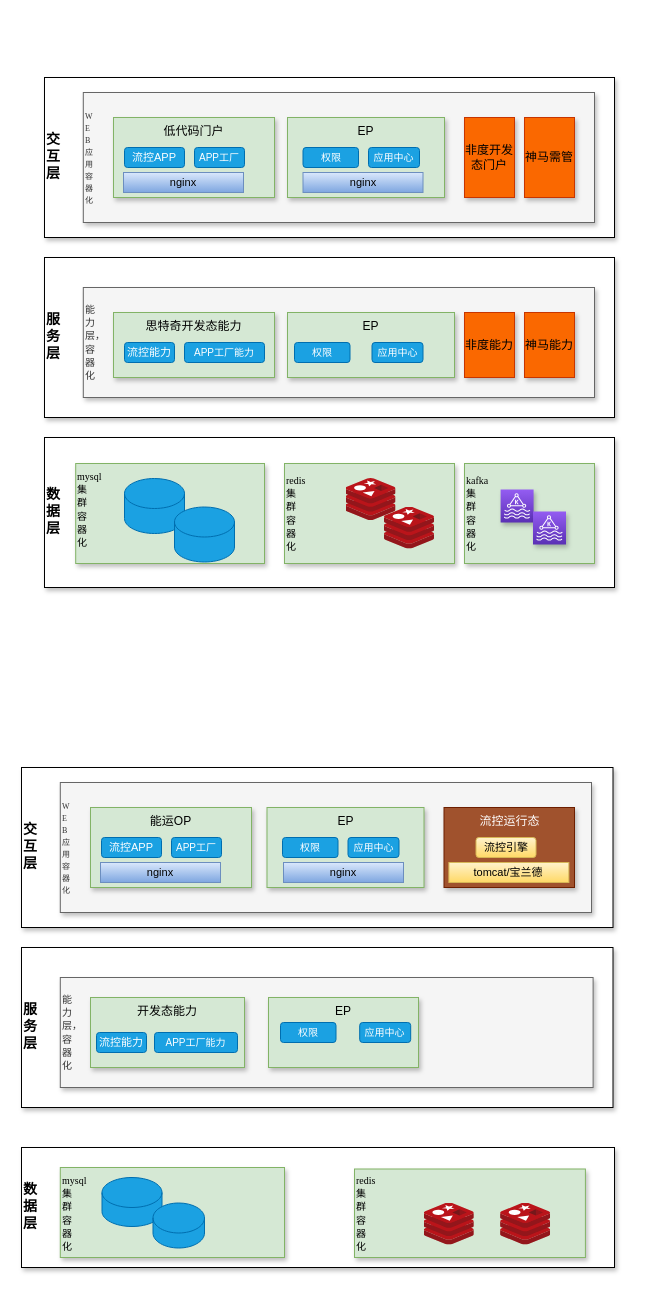
Above: page "部署架构-12月底" (3 of 7) of 流控.drawio in qymmdj/draw-io (draw.io), before the change. Source tidied: cells renumbered, new cells numbered last; positions are measured from the earlier drawing's top-left corner, leaving out a move shared by most shapes. Both pictures are drawn from the tidied source at 100%, with x=0, y=0 at pixel (21, 77).
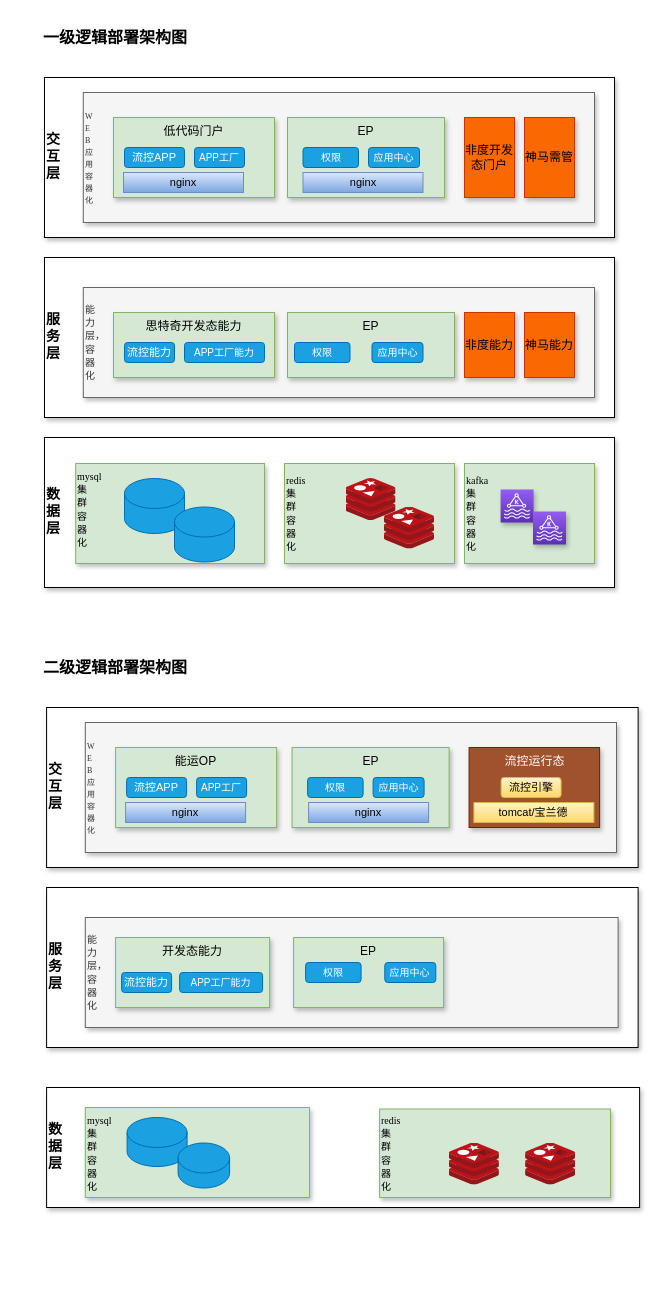
The same page after the edit.

Change to the diagram source:
```diff
@@
     <mxCell id="32" value="数&lt;br style=&quot;font-size: 14px;&quot;&gt;据&lt;br style=&quot;font-size: 14px;&quot;&gt;层" style="rounded=0;whiteSpace=wrap;html=1;labelBackgroundColor=default;labelBorderColor=none;fontFamily=Times New Roman;fontSize=14;align=left;fontStyle=1;shadow=1;" parent="1" vertex="1">
-      <mxGeometry y="1070" width="593" height="120" as="geometry" />
+      <mxGeometry x="25.1" y="1010" width="593" height="120" as="geometry" />
     </mxCell>
     <mxCell id="33" value="服&lt;br style=&quot;font-size: 14px;&quot;&gt;务&lt;br style=&quot;font-size: 14px;&quot;&gt;层" style="rounded=0;whiteSpace=wrap;html=1;labelBackgroundColor=default;labelBorderColor=none;fontFamily=Times New Roman;fontSize=14;align=left;fontStyle=1;shadow=1;" parent="1" vertex="1">
-      <mxGeometry y="870" width="591.5" height="160" as="geometry" />
+      <mxGeometry x="25.1" y="810" width="591.5" height="160" as="geometry" />
     </mxCell>
     <mxCell id="34" value="&lt;font style=&quot;font-size: 14px&quot;&gt;&lt;b&gt;交&lt;br&gt;互&lt;br&gt;层&lt;/b&gt;&lt;/font&gt;" style="rounded=0;whiteSpace=wrap;html=1;labelBackgroundColor=default;labelBorderColor=none;fontFamily=Times New Roman;fontSize=10;align=left;shadow=1;" parent="1" vertex="1">
-      <mxGeometry y="690" width="591.5" height="160" as="geometry" />
+      <mxGeometry x="25.1" y="630" width="591.5" height="160" as="geometry" />
     </mxCell>
     <mxCell id="35" value="&lt;font style=&quot;font-size: 10px&quot; face=&quot;Times New Roman&quot;&gt;redis&lt;br&gt;集&lt;br&gt;群&lt;br&gt;容&lt;br&gt;器&lt;br&gt;化&lt;/font&gt;" style="rounded=0;whiteSpace=wrap;html=1;fontSize=11;align=left;horizontal=1;verticalAlign=middle;fillColor=#d5e8d4;strokeColor=#82b366;shadow=1;" parent="1" vertex="1">
-      <mxGeometry x="333" y="1091.5" width="230.9" height="88.5" as="geometry" />
+      <mxGeometry x="358.1" y="1031.5" width="230.9" height="88.5" as="geometry" />
     </mxCell>
     <mxCell id="36" value="&lt;font style=&quot;font-size: 10px&quot; face=&quot;Times New Roman&quot;&gt;mysql&lt;br&gt;集&lt;br&gt;群&lt;br&gt;容&lt;br&gt;器&lt;br&gt;化&lt;/font&gt;" style="rounded=0;whiteSpace=wrap;html=1;fontSize=11;align=left;horizontal=1;verticalAlign=top;fillColor=#d5e8d4;strokeColor=#82b366;shadow=1;" parent="1" vertex="1">
-      <mxGeometry x="38.8" y="1090" width="224.2" height="90" as="geometry" />
+      <mxGeometry x="63.8" y="1030" width="224.2" height="90" as="geometry" />
     </mxCell>
     <mxCell id="37" value="&lt;font face=&quot;times new roman&quot;&gt;&lt;span style=&quot;font-size: 8px&quot;&gt;W&lt;br&gt;E&lt;br&gt;B&lt;br&gt;应&lt;br&gt;用&lt;br&gt;容&lt;br&gt;器&lt;br&gt;化&lt;/span&gt;&lt;/font&gt;" style="rounded=0;whiteSpace=wrap;html=1;fontSize=10;align=left;horizontal=1;verticalAlign=middle;fillColor=#f5f5f5;fontColor=#333333;strokeColor=#666666;shadow=1;" parent="1" vertex="1">
-      <mxGeometry x="38.8" y="705" width="531.2" height="130" as="geometry" />
+      <mxGeometry x="63.8" y="645" width="531.2" height="130" as="geometry" />
     </mxCell>
     <mxCell id="38" value="EP" style="rounded=0;whiteSpace=wrap;html=1;verticalAlign=top;fillColor=#d5e8d4;strokeColor=#82b366;shadow=1;" parent="1" vertex="1">
-      <mxGeometry x="245.5" y="730" width="157" height="80" as="geometry" />
+      <mxGeometry x="270.6" y="670" width="157" height="80" as="geometry" />
     </mxCell>
     <mxCell id="39" value="能运OP" style="rounded=0;whiteSpace=wrap;html=1;verticalAlign=top;fillColor=#d5e8d4;strokeColor=#82b366;shadow=1;" parent="1" vertex="1">
-      <mxGeometry x="69" y="730" width="161" height="80" as="geometry" />
+      <mxGeometry x="94.1" y="670" width="161" height="80" as="geometry" />
     </mxCell>
     <mxCell id="40" value="&lt;font style=&quot;font-size: 11px&quot;&gt;流控APP&lt;/font&gt;" style="rounded=1;whiteSpace=wrap;html=1;fontSize=10;fillColor=#1ba1e2;strokeColor=#006EAF;fontColor=#ffffff;" parent="1" vertex="1">
-      <mxGeometry x="80" y="760" width="60" height="20" as="geometry" />
+      <mxGeometry x="105.1" y="700" width="60" height="20" as="geometry" />
     </mxCell>
     <mxCell id="41" value="APP工厂" style="rounded=1;whiteSpace=wrap;html=1;fontSize=10;fillColor=#1ba1e2;fontColor=#ffffff;strokeColor=#006EAF;" parent="1" vertex="1">
-      <mxGeometry x="150" y="760" width="50" height="20" as="geometry" />
+      <mxGeometry x="175.1" y="700" width="50" height="20" as="geometry" />
     </mxCell>
     <mxCell id="42" value="权限" style="rounded=1;whiteSpace=wrap;html=1;fontSize=10;fillColor=#1ba1e2;fontColor=#ffffff;strokeColor=#006EAF;" parent="1" vertex="1">
-      <mxGeometry x="261" y="760" width="55.5" height="20" as="geometry" />
+      <mxGeometry x="286.1" y="700" width="55.5" height="20" as="geometry" />
     </mxCell>
     <mxCell id="43" value="应用中心" style="rounded=1;whiteSpace=wrap;html=1;fontSize=10;fillColor=#1ba1e2;fontColor=#ffffff;strokeColor=#006EAF;" parent="1" vertex="1">
-      <mxGeometry x="326.5" y="760" width="51" height="20" as="geometry" />
+      <mxGeometry x="351.6" y="700" width="51" height="20" as="geometry" />
     </mxCell>
     <mxCell id="44" value="nginx" style="rounded=0;whiteSpace=wrap;html=1;fontSize=11;fillColor=#dae8fc;gradientColor=#7ea6e0;strokeColor=#6c8ebf;" parent="1" vertex="1">
-      <mxGeometry x="79" y="785" width="120" height="20" as="geometry" />
+      <mxGeometry x="104.1" y="725" width="120" height="20" as="geometry" />
     </mxCell>
     <mxCell id="45" value="nginx" style="rounded=0;whiteSpace=wrap;html=1;fontSize=11;fillColor=#dae8fc;gradientColor=#7ea6e0;strokeColor=#6c8ebf;" parent="1" vertex="1">
-      <mxGeometry x="262" y="785" width="120" height="20" as="geometry" />
+      <mxGeometry x="287.1" y="725" width="120" height="20" as="geometry" />
     </mxCell>
     <mxCell id="46" value="&lt;font style=&quot;font-size: 10px&quot; face=&quot;Times New Roman&quot;&gt;能&lt;br&gt;力&lt;br&gt;层，&lt;br&gt;容&lt;br&gt;器&lt;br&gt;化&lt;/font&gt;" style="rounded=0;whiteSpace=wrap;html=1;fontSize=11;align=left;horizontal=1;verticalAlign=middle;fillColor=#f5f5f5;fontColor=#333333;strokeColor=#666666;shadow=1;" parent="1" vertex="1">
-      <mxGeometry x="38.8" y="900" width="532.8" height="110" as="geometry" />
+      <mxGeometry x="63.8" y="840" width="532.8" height="110" as="geometry" />
     </mxCell>
     <mxCell id="47" value="EP" style="rounded=0;whiteSpace=wrap;html=1;verticalAlign=top;fillColor=#d5e8d4;strokeColor=#82b366;shadow=1;" parent="1" vertex="1">
-      <mxGeometry x="247" y="920" width="150" height="70" as="geometry" />
+      <mxGeometry x="272.1" y="860" width="150" height="70" as="geometry" />
     </mxCell>
     <mxCell id="48" value="开发态能力" style="rounded=0;whiteSpace=wrap;html=1;verticalAlign=top;fillColor=#d5e8d4;strokeColor=#82b366;shadow=1;" parent="1" vertex="1">
-      <mxGeometry x="69" y="920" width="154" height="70" as="geometry" />
+      <mxGeometry x="94.1" y="860" width="154" height="70" as="geometry" />
     </mxCell>
     <mxCell id="49" value="&lt;font style=&quot;font-size: 11px&quot;&gt;流控能力&lt;/font&gt;" style="rounded=1;whiteSpace=wrap;html=1;fontSize=10;fillColor=#1ba1e2;fontColor=#ffffff;strokeColor=#006EAF;" parent="1" vertex="1">
-      <mxGeometry x="75" y="955" width="50" height="20" as="geometry" />
+      <mxGeometry x="100.1" y="895" width="50" height="20" as="geometry" />
     </mxCell>
     <mxCell id="50" value="APP工厂能力" style="rounded=1;whiteSpace=wrap;html=1;fontSize=10;fillColor=#1ba1e2;fontColor=#ffffff;strokeColor=#006EAF;" parent="1" vertex="1">
-      <mxGeometry x="133" y="955" width="83" height="20" as="geometry" />
+      <mxGeometry x="158.1" y="895" width="83" height="20" as="geometry" />
     </mxCell>
     <mxCell id="51" value="权限" style="rounded=1;whiteSpace=wrap;html=1;fontSize=10;fillColor=#1ba1e2;fontColor=#ffffff;strokeColor=#006EAF;" parent="1" vertex="1">
-      <mxGeometry x="259" y="945" width="55.5" height="20" as="geometry" />
+      <mxGeometry x="284.1" y="885" width="55.5" height="20" as="geometry" />
     </mxCell>
     <mxCell id="52" value="应用中心" style="rounded=1;whiteSpace=wrap;html=1;fontSize=10;fillColor=#1ba1e2;fontColor=#ffffff;strokeColor=#006EAF;" parent="1" vertex="1">
-      <mxGeometry x="338.2" y="945" width="51" height="20" as="geometry" />
+      <mxGeometry x="363.3" y="885" width="51" height="20" as="geometry" />
     </mxCell>
     <mxCell id="53" style="sketch=0;html=1;align=center;image;fontSize=12;image=img/lib/mscae/Cache_Redis_Product.svg;rounded=1;fontFamily=Times New Roman;" parent="1" vertex="1">
-      <mxGeometry x="402.8" y="1125.5" width="50" height="42" as="geometry" />
+      <mxGeometry x="427.9" y="1065.5" width="50" height="42" as="geometry" />
     </mxCell>
     <mxCell id="54" style="sketch=0;html=1;align=center;image;fontSize=12;image=img/lib/mscae/Cache_Redis_Product.svg;rounded=1;fontFamily=Times New Roman;" parent="1" vertex="1">
-      <mxGeometry x="479.1" y="1125.5" width="50" height="42" as="geometry" />
+      <mxGeometry x="504.1" y="1065.5" width="50" height="42" as="geometry" />
     </mxCell>
     <mxCell id="55" style="shape=cylinder3;whiteSpace=wrap;html=1;boundedLbl=1;backgroundOutline=1;size=15;rounded=1;fontFamily=Times New Roman;fontSize=10;fillColor=#1ba1e2;fontColor=#ffffff;strokeColor=#006EAF;" parent="1" vertex="1">
-      <mxGeometry x="80.5" y="1100" width="60" height="49" as="geometry" />
+      <mxGeometry x="105.6" y="1040" width="60" height="49" as="geometry" />
     </mxCell>
     <mxCell id="56" style="shape=cylinder3;whiteSpace=wrap;html=1;boundedLbl=1;backgroundOutline=1;size=15;rounded=1;fontFamily=Times New Roman;fontSize=10;fillColor=#1ba1e2;fontColor=#ffffff;strokeColor=#006EAF;" parent="1" vertex="1">
-      <mxGeometry x="131.5" y="1125.5" width="51.5" height="45" as="geometry" />
+      <mxGeometry x="156.6" y="1065.5" width="51.5" height="45" as="geometry" />
     </mxCell>
@@
     <mxCell id="59" value="流控运行态" style="rounded=0;whiteSpace=wrap;html=1;verticalAlign=top;fillColor=#a0522d;strokeColor=#6D1F00;shadow=1;fontColor=#ffffff;" parent="1" vertex="1">
-      <mxGeometry x="422.5" y="730" width="130.5" height="80" as="geometry" />
+      <mxGeometry x="447.6" y="670" width="130.5" height="80" as="geometry" />
     </mxCell>
     <mxCell id="60" value="&lt;font style=&quot;font-size: 11px&quot;&gt;流控引擎&lt;/font&gt;" style="rounded=1;whiteSpace=wrap;html=1;fontSize=10;fillColor=#fff2cc;strokeColor=#d6b656;gradientColor=#ffd966;" parent="1" vertex="1">
-      <mxGeometry x="454.5" y="760" width="60" height="20" as="geometry" />
+      <mxGeometry x="479.6" y="700" width="60" height="20" as="geometry" />
     </mxCell>
     <mxCell id="61" value="tomcat/宝兰德" style="rounded=0;whiteSpace=wrap;html=1;fontSize=11;fillColor=#fff2cc;strokeColor=#d6b656;gradientColor=#ffd966;" parent="1" vertex="1">
-      <mxGeometry x="427.4" y="785" width="120" height="20" as="geometry" />
+      <mxGeometry x="452.4" y="725" width="120" height="20" as="geometry" />
     </mxCell>
+    <mxCell id="62" value="&lt;h1 style=&quot;font-size: 16px;&quot;&gt;一级逻辑部署架构图&lt;/h1&gt;" style="text;html=1;strokeColor=none;fillColor=none;spacing=5;spacingTop=-20;whiteSpace=wrap;overflow=hidden;rounded=0;shadow=1;fontSize=16;" parent="1" vertex="1">
+      <mxGeometry x="16.7" y="-50" width="299" height="40" as="geometry" />
+    </mxCell>
+    <mxCell id="63" value="&lt;h1 style=&quot;font-size: 16px;&quot;&gt;二级逻辑部署架构图&lt;/h1&gt;" style="text;html=1;strokeColor=none;fillColor=none;spacing=5;spacingTop=-20;whiteSpace=wrap;overflow=hidden;rounded=0;shadow=1;fontSize=16;" parent="1" vertex="1">
+      <mxGeometry x="16.7" y="580" width="299" height="40" as="geometry" />
+    </mxCell>
```
